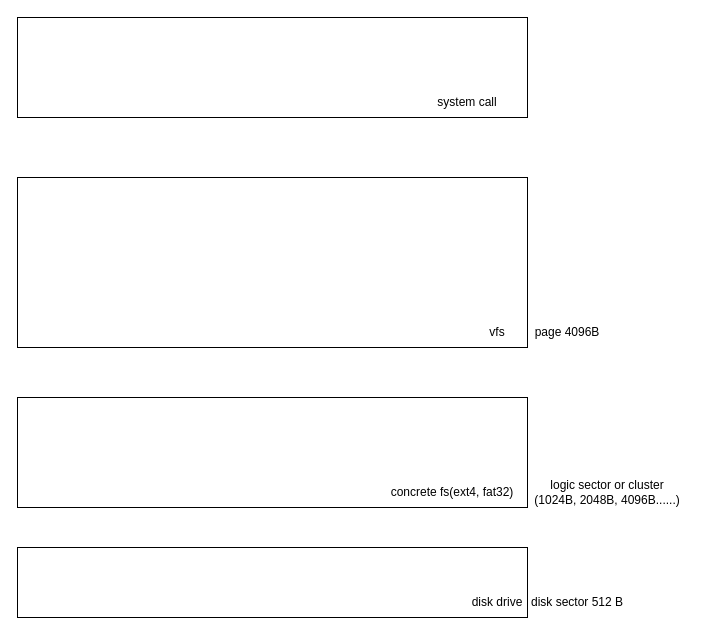
Earlier version of the draw.io diagram tatakos.drawio (DavidZyy/drawio_repo). Source tidied: cells renumbered, new cells numbered last; positions are measured from the earlier drawing's top-left corner, leaving out a move shared by most shapes. Both pictures are drawn from the tidied source at 100%, with x=0, y=0 at pixel (17, 17).
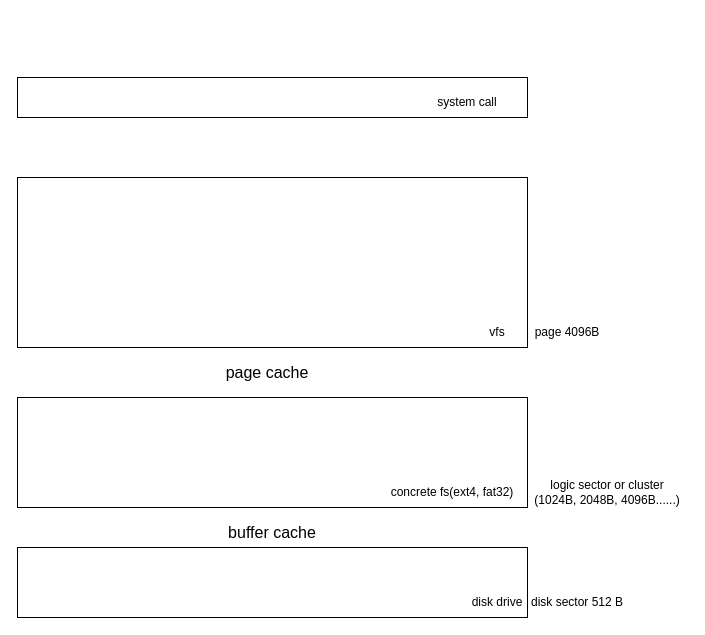
The same diagram, later.

The edit, as a diff of the source:
```diff
@@
 <mxGraphModel>
   <root>
     <mxCell id="0" />
     <mxCell id="1" parent="0" />
     <mxCell id="2" style="rounded=0;whiteSpace=wrap;html=1;" parent="1" vertex="1">
-      <mxGeometry width="510" height="100" as="geometry" />
+      <mxGeometry y="60" width="510" height="40" as="geometry" />
     </mxCell>
     <mxCell id="3" value="system call" style="text;strokeColor=none;align=center;fillColor=none;html=1;verticalAlign=middle;whiteSpace=wrap;rounded=0;" parent="1" vertex="1">
       <mxGeometry x="390" y="70" width="120" height="30" as="geometry" />
     </mxCell>
     <mxCell id="4" style="rounded=0;whiteSpace=wrap;html=1;" parent="1" vertex="1">
       <mxGeometry y="160" width="510" height="170" as="geometry" />
     </mxCell>
     <mxCell id="5" value="vfs" style="text;strokeColor=none;align=center;fillColor=none;html=1;verticalAlign=middle;whiteSpace=wrap;rounded=0;" parent="1" vertex="1">
       <mxGeometry x="450" y="300" width="60" height="30" as="geometry" />
     </mxCell>
     <mxCell id="6" value="page 4096B" style="text;strokeColor=none;align=center;fillColor=none;html=1;verticalAlign=middle;whiteSpace=wrap;rounded=0;" parent="1" vertex="1">
       <mxGeometry x="510" y="300" width="80" height="30" as="geometry" />
     </mxCell>
     <mxCell id="7" style="rounded=0;whiteSpace=wrap;html=1;" parent="1" vertex="1">
       <mxGeometry y="380" width="510" height="110" as="geometry" />
     </mxCell>
     <mxCell id="8" value="concrete fs(ext4, fat32)" style="text;strokeColor=none;align=center;fillColor=none;html=1;verticalAlign=middle;whiteSpace=wrap;rounded=0;" parent="1" vertex="1">
       <mxGeometry x="360" y="460" width="150" height="30" as="geometry" />
     </mxCell>
     <mxCell id="9" style="rounded=0;whiteSpace=wrap;html=1;" parent="1" vertex="1">
       <mxGeometry y="530" width="510" height="70" as="geometry" />
     </mxCell>
     <mxCell id="10" value="disk drive" style="text;strokeColor=none;align=center;fillColor=none;html=1;verticalAlign=middle;whiteSpace=wrap;rounded=0;" parent="1" vertex="1">
       <mxGeometry x="450" y="570" width="60" height="30" as="geometry" />
     </mxCell>
     <mxCell id="11" value="disk sector 512 B" style="text;strokeColor=none;align=center;fillColor=none;html=1;verticalAlign=middle;whiteSpace=wrap;rounded=0;" parent="1" vertex="1">
       <mxGeometry x="510" y="570" width="100" height="30" as="geometry" />
     </mxCell>
     <mxCell id="12" value="logic sector or cluster&lt;br&gt;(1024B, 2048B, 4096B......)" style="text;strokeColor=none;align=center;fillColor=none;html=1;verticalAlign=middle;whiteSpace=wrap;rounded=0;" parent="1" vertex="1">
       <mxGeometry x="510" y="460" width="160" height="30" as="geometry" />
     </mxCell>
+    <mxCell id="13" value="page cache" style="text;strokeColor=none;align=center;fillColor=none;html=1;verticalAlign=middle;whiteSpace=wrap;rounded=0;fontSize=16;" parent="1" vertex="1">
+      <mxGeometry x="180" y="340" width="140" height="30" as="geometry" />
+    </mxCell>
+    <mxCell id="14" value="buffer cache" style="text;strokeColor=none;align=center;fillColor=none;html=1;verticalAlign=middle;whiteSpace=wrap;rounded=0;fontSize=16;" parent="1" vertex="1">
+      <mxGeometry x="185" y="500" width="140" height="30" as="geometry" />
+    </mxCell>
   </root>
 </mxGraphModel>
```
